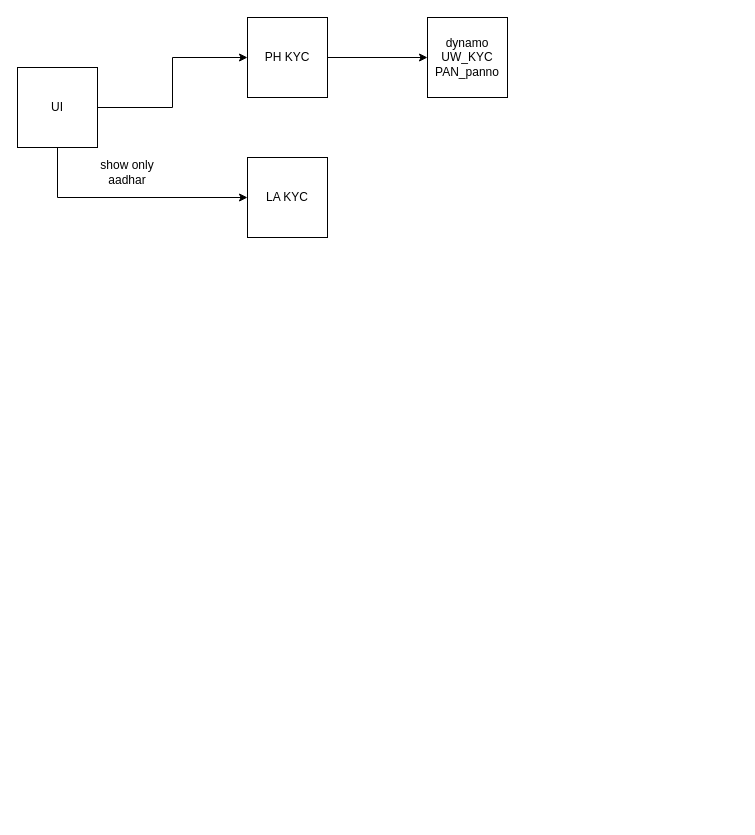
The draw.io diagram Untitled Diagram3.drawio in shriraj-bhagwan/utility, before the edit. Source tidied: cells renumbered, new cells numbered last; positions are measured from the earlier drawing's top-left corner, leaving out a move shared by most shapes. Both pictures are drawn from the tidied source at 100%, with x=0, y=0 at pixel (17, 17).
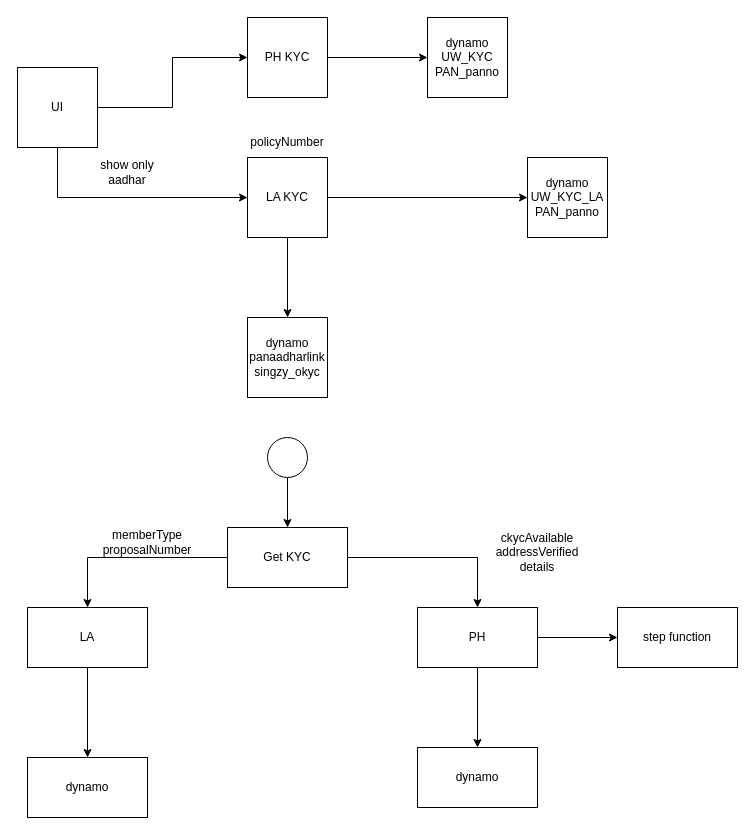
Above is the later version.

The change refers to these unchanged cells:
```xml
<mxCell id="4" value="LA KYC" style="whiteSpace=wrap;html=1;" parent="1" vertex="1">
  <mxGeometry x="230" y="140" width="80" height="80" as="geometry" />
</mxCell>
```

Diff of the diagram source:
```diff
@@
+    <mxCell id="10" style="edgeStyle=orthogonalEdgeStyle;rounded=0;jettySize=auto;html=1;exitX=1;exitY=0.5;exitDx=0;exitDy=0;entryX=0;entryY=0.5;entryDx=0;entryDy=0;" parent="1" edge="1" source="4" target="12">
+      <mxGeometry relative="1" as="geometry" />
+    </mxCell>
+    <mxCell id="11" style="edgeStyle=orthogonalEdgeStyle;rounded=0;jettySize=auto;html=1;" parent="1" edge="1" source="4" target="14">
+      <mxGeometry relative="1" as="geometry" />
+    </mxCell>
@@
+    <mxCell id="12" value="dynamo&lt;br&gt;UW_KYC_LA&lt;br&gt;PAN_panno" style="whiteSpace=wrap;html=1;" parent="1" vertex="1">
+      <mxGeometry x="510" y="140" width="80" height="80" as="geometry" />
+    </mxCell>
+    <mxCell id="13" value="policyNumber" style="text;html=1;strokeColor=none;fillColor=none;align=center;verticalAlign=middle;whiteSpace=wrap;rounded=0;" parent="1" vertex="1">
+      <mxGeometry x="240" y="110" width="60" height="30" as="geometry" />
+    </mxCell>
+    <mxCell id="14" value="dynamo&lt;br&gt;panaadharlink&lt;br&gt;singzy_okyc" style="whiteSpace=wrap;html=1;" parent="1" vertex="1">
+      <mxGeometry x="230" y="300" width="80" height="80" as="geometry" />
+    </mxCell>
+    <mxCell id="15" style="edgeStyle=orthogonalEdgeStyle;rounded=0;jettySize=auto;html=1;exitX=0.5;exitY=1;exitDx=0;exitDy=0;" parent="1" edge="1" source="16" target="19">
+      <mxGeometry relative="1" as="geometry" />
+    </mxCell>
+    <mxCell id="16" style="ellipse;whiteSpace=wrap;html=1;" parent="1" vertex="1">
+      <mxGeometry x="250" y="420" width="40" height="40" as="geometry" />
+    </mxCell>
+    <mxCell id="17" style="edgeStyle=orthogonalEdgeStyle;rounded=0;jettySize=auto;html=1;entryX=0.5;entryY=0;entryDx=0;entryDy=0;" parent="1" edge="1" source="19" target="24">
+      <mxGeometry relative="1" as="geometry" />
+    </mxCell>
+    <mxCell id="18" style="edgeStyle=orthogonalEdgeStyle;rounded=0;jettySize=auto;html=1;" parent="1" edge="1" source="19" target="21">
+      <mxGeometry relative="1" as="geometry" />
+    </mxCell>
+    <mxCell id="19" value="Get KYC" style="rounded=0;whiteSpace=wrap;html=1;" parent="1" vertex="1">
+      <mxGeometry x="210" y="510" width="120" height="60" as="geometry" />
+    </mxCell>
+    <mxCell id="20" style="edgeStyle=orthogonalEdgeStyle;rounded=0;jettySize=auto;html=1;entryX=0.5;entryY=0;entryDx=0;entryDy=0;" parent="1" edge="1" source="21" target="29">
+      <mxGeometry relative="1" as="geometry" />
+    </mxCell>
+    <mxCell id="21" value="LA" style="rounded=0;whiteSpace=wrap;html=1;" parent="1" vertex="1">
+      <mxGeometry x="10" y="590" width="120" height="60" as="geometry" />
+    </mxCell>
+    <mxCell id="22" style="edgeStyle=orthogonalEdgeStyle;rounded=0;jettySize=auto;html=1;" parent="1" edge="1" source="24" target="25">
+      <mxGeometry relative="1" as="geometry" />
+    </mxCell>
+    <mxCell id="23" style="edgeStyle=orthogonalEdgeStyle;rounded=0;jettySize=auto;html=1;" parent="1" edge="1" source="24" target="26">
+      <mxGeometry relative="1" as="geometry" />
+    </mxCell>
+    <mxCell id="24" value="PH" style="rounded=0;whiteSpace=wrap;html=1;" parent="1" vertex="1">
+      <mxGeometry x="400" y="590" width="120" height="60" as="geometry" />
+    </mxCell>
+    <mxCell id="25" value="dynamo" style="whiteSpace=wrap;html=1;rounded=0;" parent="1" vertex="1">
+      <mxGeometry x="400" y="730" width="120" height="60" as="geometry" />
+    </mxCell>
+    <mxCell id="26" value="step function" style="whiteSpace=wrap;html=1;rounded=0;" parent="1" vertex="1">
+      <mxGeometry x="600" y="590" width="120" height="60" as="geometry" />
+    </mxCell>
+    <mxCell id="27" value="ckycAvailable&lt;br&gt;addressVerified&lt;br&gt;details" style="text;html=1;strokeColor=none;fillColor=none;align=center;verticalAlign=middle;whiteSpace=wrap;rounded=0;" parent="1" vertex="1">
+      <mxGeometry x="490" y="520" width="60" height="30" as="geometry" />
+    </mxCell>
+    <mxCell id="28" value="memberType&lt;br&gt;proposalNumber" style="text;html=1;strokeColor=none;fillColor=none;align=center;verticalAlign=middle;whiteSpace=wrap;rounded=0;" parent="1" vertex="1">
+      <mxGeometry x="100" y="510" width="60" height="30" as="geometry" />
+    </mxCell>
+    <mxCell id="29" value="dynamo" style="whiteSpace=wrap;html=1;rounded=0;" parent="1" vertex="1">
+      <mxGeometry x="10" y="740" width="120" height="60" as="geometry" />
+    </mxCell>
```
